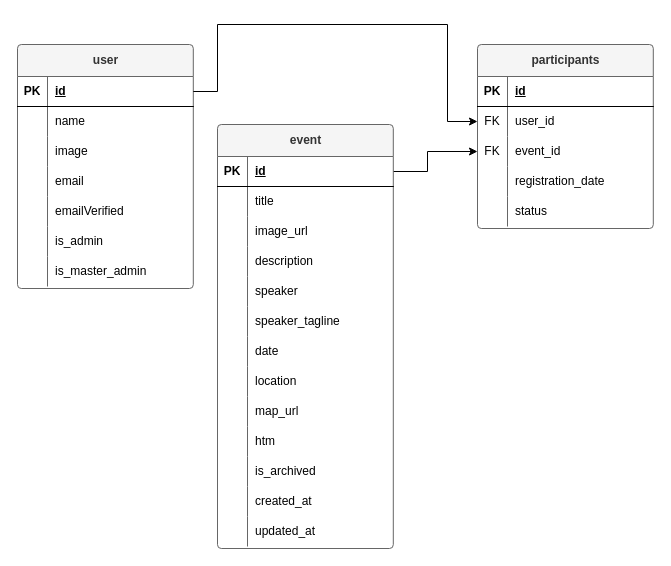
This is Menata-Hati-App.drawio from yogiprsetya/app.diagrams.net, a draw.io file, before an edit. Source tidied: cells renumbered, new cells numbered last; positions are measured from the earlier drawing's top-left corner, leaving out a move shared by most shapes. Both pictures are drawn from the tidied source at 100%, with x=0, y=0 at pixel (17, 24).
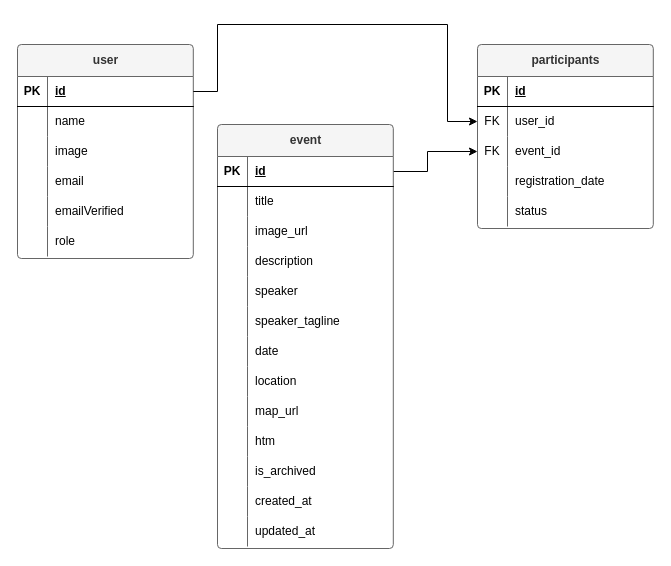
Above is the later version.

The change refers to these unchanged cells:
```xml
<mxCell id="18" style="shape=tableRow;horizontal=0;startSize=0;swimlaneHead=0;swimlaneBody=0;fillColor=none;top=0;left=0;right=0;bottom=0;" parent="2" vertex="1">
  <mxGeometry y="182" width="175.8" height="30" as="geometry" />
</mxCell>
```

The edit, as a diff of the source:
```diff
@@
     <mxCell id="2" value="user" style="shape=table;startSize=32;childLayout=tableLayout;rowLines=0;fontStyle=1;align=center;html=1;rounded=1;fillColor=#f5f5f5;fontColor=#333333;strokeColor=#666666;arcSize=4;" parent="1" vertex="1">
-      <mxGeometry y="20" width="175.8" height="244" as="geometry" />
+      <mxGeometry y="20" width="175.8" height="214" as="geometry" />
     </mxCell>
@@
-    <mxCell id="20" value="is_admin" style="shape=partialRectangle;fillColor=none;top=0;left=0;bottom=0;right=0;align=left;spacingLeft=6;overflow=hidden;whiteSpace=wrap;html=1;" parent="18" vertex="1">
+    <mxCell id="20" value="role" style="shape=partialRectangle;fillColor=none;top=0;left=0;bottom=0;right=0;align=left;spacingLeft=6;overflow=hidden;whiteSpace=wrap;html=1;" parent="18" vertex="1">
       <mxGeometry x="30" width="145.8" height="30" as="geometry" />
     </mxCell>
-    <mxCell id="21" style="shape=tableRow;horizontal=0;startSize=0;swimlaneHead=0;swimlaneBody=0;fillColor=none;top=0;left=0;right=0;bottom=0;" parent="2" vertex="1">
-      <mxGeometry y="212" width="175.8" height="30" as="geometry" />
-    </mxCell>
-    <mxCell id="22" style="shape=partialRectangle;fillColor=none;top=0;left=0;bottom=0;right=0;overflow=hidden;whiteSpace=wrap;html=1;" parent="21" vertex="1">
-      <mxGeometry width="30" height="30" as="geometry" />
-    </mxCell>
-    <mxCell id="23" value="is_master_admin" style="shape=partialRectangle;fillColor=none;top=0;left=0;bottom=0;right=0;align=left;spacingLeft=6;overflow=hidden;whiteSpace=wrap;html=1;" parent="21" vertex="1">
-      <mxGeometry x="30" width="145.8" height="30" as="geometry" />
-    </mxCell>
```
